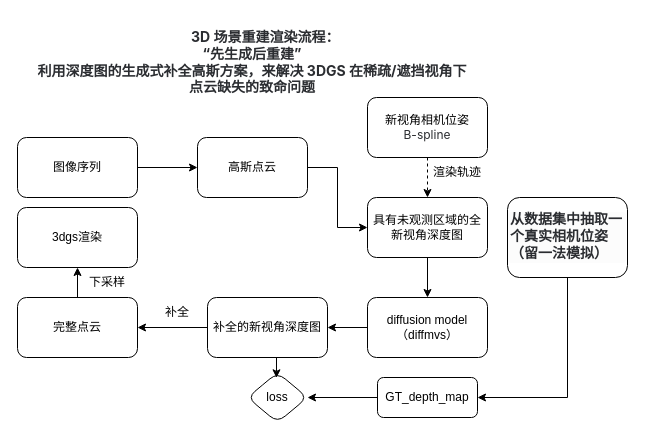
Before: model_net.drawio in zzcPeace/draw.io, a draw.io diagram. Source tidied: cells renumbered, new cells numbered last; positions are measured from the earlier drawing's top-left corner, leaving out a move shared by most shapes. Both pictures are drawn from the tidied source at 100%, with x=0, y=0 at pixel (17, 17).
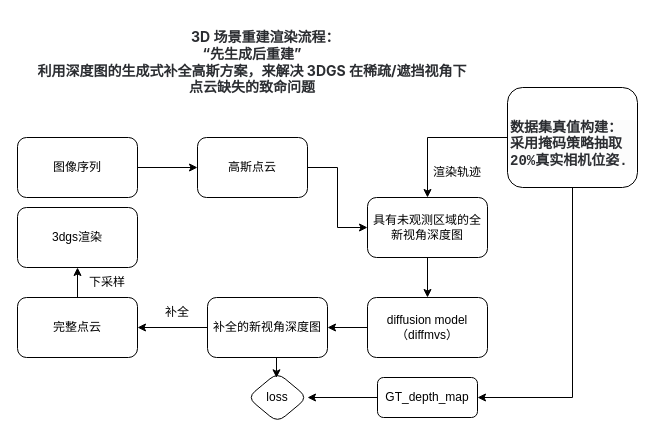
The same diagram, later.

Unchanged cells that the change refers to:
```xml
<mxCell id="19" value="具有未观测区域的全新视角深度图" style="rounded=1;whiteSpace=wrap;html=1;" parent="1" vertex="1">
  <mxGeometry x="350" y="180" width="120" height="60" as="geometry" />
</mxCell>
```

What changed in the source:
```diff
@@
-    <mxCell id="6" style="edgeStyle=orthogonalEdgeStyle;rounded=0;jettySize=auto;html=1;dashed=1;" parent="1" edge="1" source="7" target="19">
-      <mxGeometry relative="1" as="geometry">
-        <Array as="points">
-          <mxPoint x="410" y="170" />
-          <mxPoint x="410" y="170" />
-        </Array>
-      </mxGeometry>
-    </mxCell>
-    <mxCell id="7" value="新视角相机位姿&lt;div&gt;&lt;span class=&quot;ng-star-inserted&quot; style=&quot;box-sizing: border-box; color: rgb(43, 45, 49); font-family: Inter, sans-serif; text-align: start; background-color: rgb(255, 255, 255);&quot;&gt;&lt;span class=&quot;ng-star-inserted&quot; style=&quot;box-sizing: border-box;&quot;&gt;&lt;font style=&quot;&quot;&gt;B-spline&lt;/font&gt;&lt;/span&gt;&lt;/span&gt;&lt;/div&gt;" style="whiteSpace=wrap;html=1;rounded=1;" parent="1" vertex="1">
-      <mxGeometry x="350" y="80" width="120" height="60" as="geometry" />
-    </mxCell>
@@
-    <mxCell id="11" style="edgeStyle=orthogonalEdgeStyle;rounded=0;jettySize=auto;html=1;" parent="1" edge="1" target="7">
-      <mxGeometry relative="1" as="geometry" />
-    </mxCell>
@@
+    <mxCell id="28" style="edgeStyle=orthogonalEdgeStyle;rounded=0;jettySize=auto;html=1;exitX=0;exitY=0.5;exitDx=0;exitDy=0;" parent="1" edge="1" source="26" target="19">
+      <mxGeometry relative="1" as="geometry" />
+    </mxCell>
-    <mxCell id="26" value="&lt;br&gt;&lt;div&gt;&lt;strong class=&quot;ng-star-inserted&quot; style=&quot;box-sizing: border-box; color: rgb(43, 45, 49); font-family: Inter, sans-serif; font-size: 14px; font-style: normal; font-variant-ligatures: normal; font-variant-caps: normal; letter-spacing: normal; orphans: 2; text-align: start; text-indent: 0px; text-transform: none; widows: 2; word-spacing: 0px; -webkit-text-stroke-width: 0px; white-space: normal; background-color: rgb(255, 255, 255); text-decoration-thickness: initial; text-decoration-style: initial; text-decoration-color: initial;&quot;&gt;&lt;span class=&quot;inline-code ng-star-inserted&quot; style=&quot;box-sizing: border-box; background: none 0% 0% / auto repeat scroll padding-box border-box rgb(252, 252, 252); border: none; border-radius: 4px; color: rgb(43, 45, 49); display: inline-block; font-family: &amp;quot;DM Mono&amp;quot;, monospace; font-size: 1em; padding: 0px 2px;&quot;&gt;从数据集中抽取一个真实相机位姿（留一法模拟）&lt;/span&gt;&lt;/strong&gt;&lt;br&gt;&lt;br&gt;&lt;/div&gt;" style="rounded=1;whiteSpace=wrap;html=1;" parent="1" vertex="1">
-      <mxGeometry x="490" y="180" width="120" height="80" as="geometry" />
+    <mxCell id="26" value="&lt;br&gt;&lt;div&gt;&lt;strong class=&quot;ng-star-inserted&quot; style=&quot;box-sizing: border-box; color: rgb(43, 45, 49); font-family: Inter, sans-serif; font-size: 14px; font-style: normal; font-variant-ligatures: normal; font-variant-caps: normal; letter-spacing: normal; orphans: 2; text-align: start; text-indent: 0px; text-transform: none; widows: 2; word-spacing: 0px; -webkit-text-stroke-width: 0px; white-space: normal; background-color: rgb(255, 255, 255); text-decoration-thickness: initial; text-decoration-style: initial; text-decoration-color: initial;&quot;&gt;&lt;span class=&quot;inline-code ng-star-inserted&quot; style=&quot;box-sizing: border-box; background: none 0% 0% / auto repeat scroll padding-box border-box rgb(252, 252, 252); border: none; border-radius: 4px; color: rgb(43, 45, 49); display: inline-block; font-family: &amp;quot;DM Mono&amp;quot;, monospace; font-size: 1em; padding: 0px 2px;&quot;&gt;数据集真值构建：采用掩码策略抽取20%真实相机位姿.&lt;/span&gt;&lt;/strong&gt;&lt;br&gt;&lt;/div&gt;" style="rounded=1;whiteSpace=wrap;html=1;" parent="1" vertex="1">
+      <mxGeometry x="490" y="70" width="130" height="100" as="geometry" />
     </mxCell>
```
